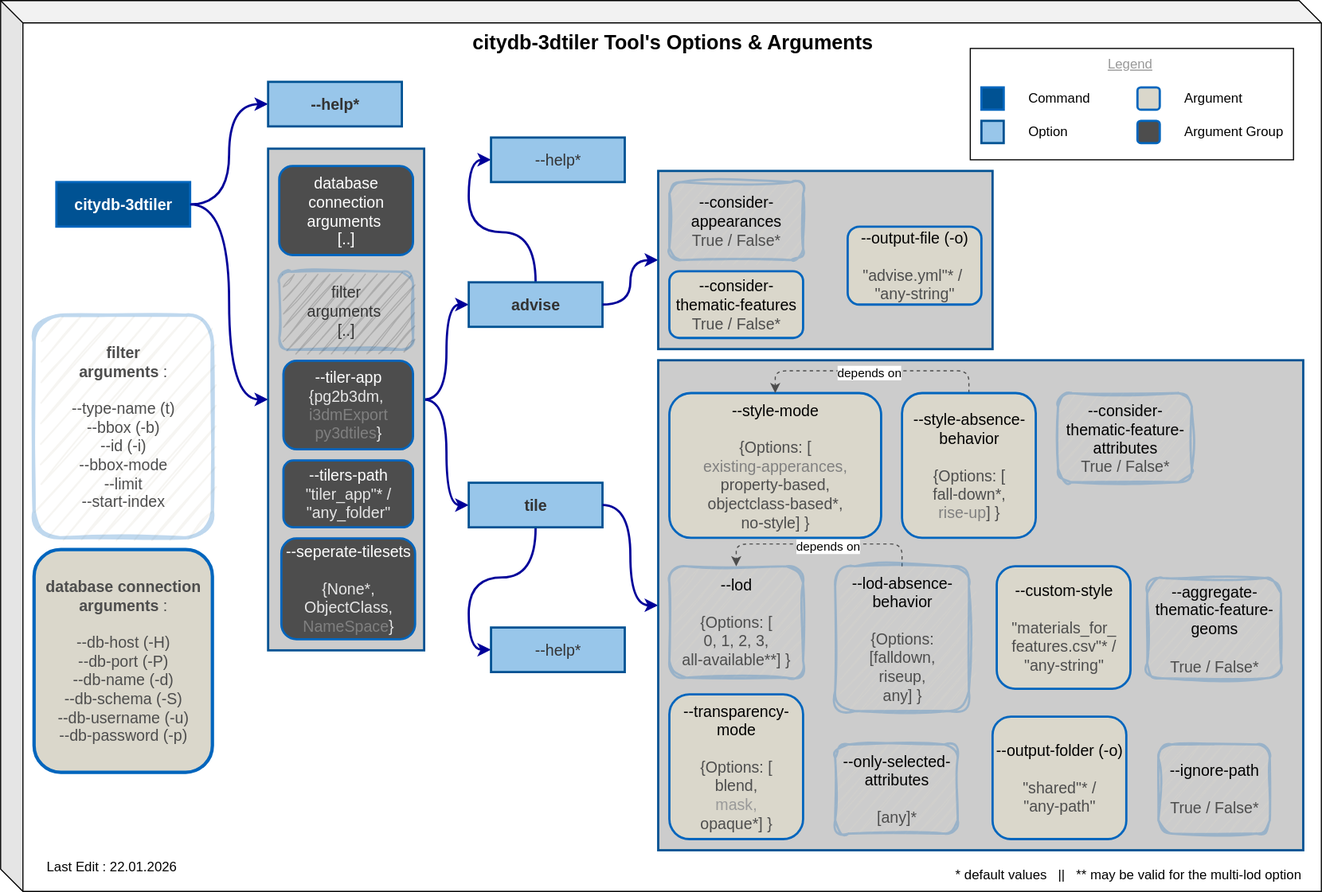
The draw.io diagram docs/images/cli_command_options_and_arguments_design_for_docs.drawio.svg in tum-gis/citydb-3dtiler, before a commit. Source tidied: cells renumbered, new cells last; positions are measured from the earlier drawing's top-left corner, leaving out a move shared by most shapes.
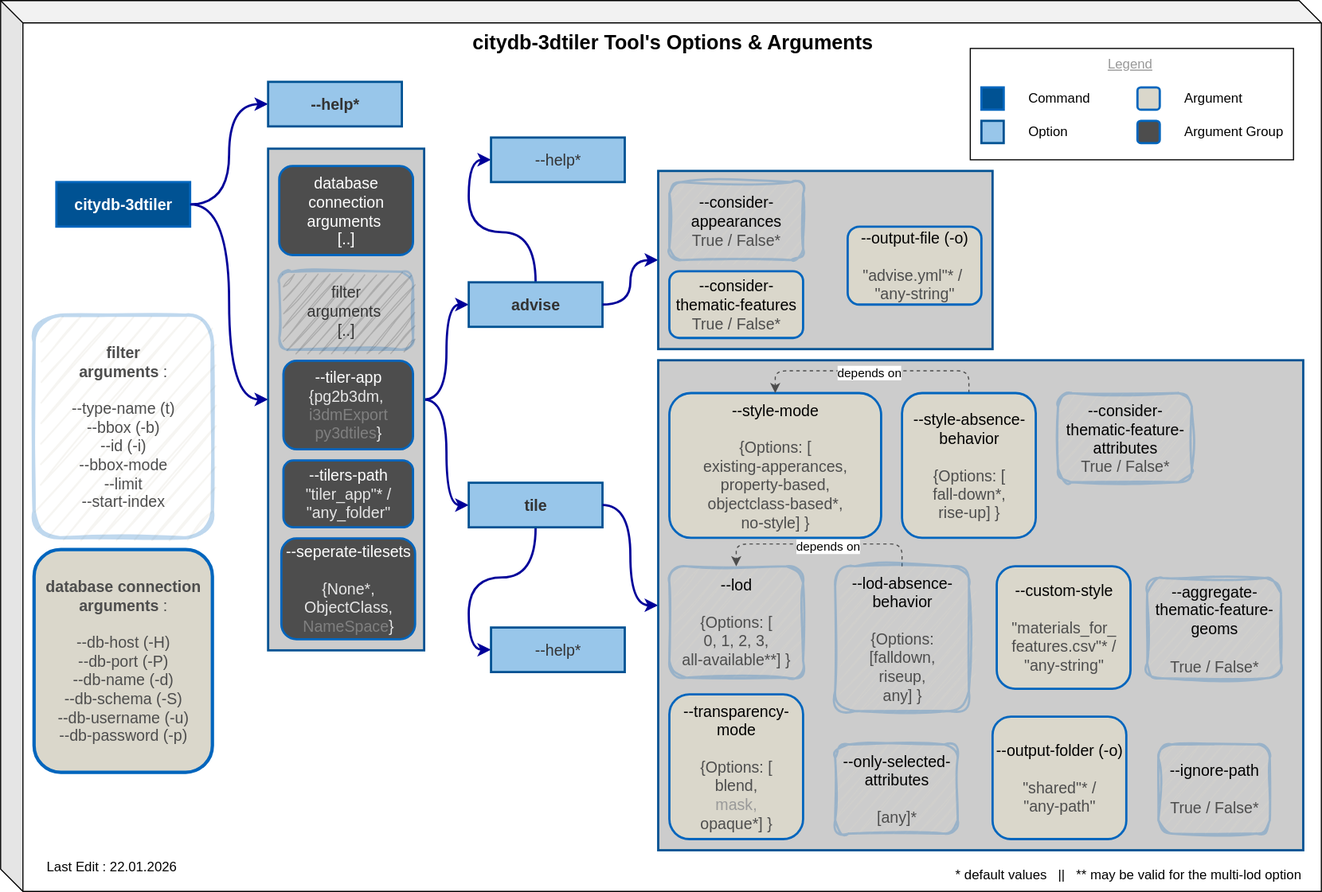
The same file after the commit.

The edit, as a diff of the source:
```diff
@@ -134,7 +134,7 @@
     <mxCell id="45" style="rounded=0;whiteSpace=wrap;html=1;fillColor=#CCCCCC;strokeColor=#005293;strokeWidth=2;" parent="44" vertex="1">
       <mxGeometry width="578.8" height="440" as="geometry" />
     </mxCell>
-    <mxCell id="46" value="&lt;font style=&quot;font-size: 14px;&quot;&gt;--style-mode&lt;/font&gt;&lt;div&gt;&lt;span style=&quot;font-size: 14px;&quot;&gt;&lt;br&gt;&lt;/span&gt;&lt;div&gt;&lt;span style=&quot;font-size: 14px;&quot;&gt;&lt;font style=&quot;color: rgb(77, 77, 77);&quot;&gt;{Options: [&lt;/font&gt;&lt;/span&gt;&lt;/div&gt;&lt;div&gt;&lt;span style=&quot;font-size: 14px;&quot;&gt;&lt;font style=&quot;color: rgb(128, 128, 128);&quot;&gt;existing-apperances,&lt;/font&gt;&lt;/span&gt;&lt;/div&gt;&lt;div&gt;&lt;span style=&quot;font-size: 14px; background-color: transparent;&quot;&gt;&lt;font style=&quot;color: rgb(77, 77, 77);&quot;&gt;property-based,&lt;/font&gt;&lt;/span&gt;&lt;/div&gt;&lt;div&gt;&lt;span style=&quot;font-size: 14px; background-color: transparent;&quot;&gt;&lt;font style=&quot;color: rgb(77, 77, 77);&quot;&gt;objectclass-based*,&lt;/font&gt;&lt;/span&gt;&lt;/div&gt;&lt;div&gt;&lt;span style=&quot;font-size: 14px; background-color: transparent;&quot;&gt;&lt;font style=&quot;color: rgb(77, 77, 77);&quot;&gt;no-style] }&lt;/font&gt;&lt;/span&gt;&lt;/div&gt;&lt;/div&gt;" style="rounded=1;whiteSpace=wrap;html=1;fillColor=#DAD7CB;strokeColor=#0065BD;strokeWidth=2;" parent="44" vertex="1">
+    <mxCell id="46" value="&lt;font style=&quot;font-size: 14px;&quot;&gt;--style-mode&lt;/font&gt;&lt;div&gt;&lt;span style=&quot;font-size: 14px;&quot;&gt;&lt;br&gt;&lt;/span&gt;&lt;div&gt;&lt;span style=&quot;font-size: 14px;&quot;&gt;&lt;font style=&quot;color: rgb(77, 77, 77);&quot;&gt;{Options: [&lt;/font&gt;&lt;/span&gt;&lt;/div&gt;&lt;div&gt;&lt;span style=&quot;font-size: 14px;&quot;&gt;&lt;font style=&quot;color: rgb(77, 77, 77);&quot;&gt;existing-apperances,&lt;/font&gt;&lt;/span&gt;&lt;/div&gt;&lt;div&gt;&lt;span style=&quot;font-size: 14px; background-color: transparent;&quot;&gt;&lt;font style=&quot;color: rgb(77, 77, 77);&quot;&gt;property-based,&lt;/font&gt;&lt;/span&gt;&lt;/div&gt;&lt;div&gt;&lt;span style=&quot;font-size: 14px; background-color: transparent;&quot;&gt;&lt;font style=&quot;color: rgb(77, 77, 77);&quot;&gt;objectclass-based*,&lt;/font&gt;&lt;/span&gt;&lt;/div&gt;&lt;div&gt;&lt;span style=&quot;font-size: 14px; background-color: transparent;&quot;&gt;&lt;font style=&quot;color: rgb(77, 77, 77);&quot;&gt;no-style] }&lt;/font&gt;&lt;/span&gt;&lt;/div&gt;&lt;/div&gt;" style="rounded=1;whiteSpace=wrap;html=1;fillColor=#DAD7CB;strokeColor=#0065BD;strokeWidth=2;" parent="44" vertex="1">
       <mxGeometry x="10" y="29.5" width="190" height="130" as="geometry" />
     </mxCell>
     <mxCell id="47" style="edgeStyle=orthogonalEdgeStyle;rounded=1;jettySize=auto;html=1;entryX=0.5;entryY=0;entryDx=0;entryDy=0;curved=0;exitX=0.5;exitY=0;exitDx=0;exitDy=0;strokeColor=#4D4D4D;dashed=1;" parent="44" edge="1" source="49" target="46">
@@ -143,7 +143,7 @@
     <mxCell id="48" value="depends on" style="edgeLabel;html=1;align=center;verticalAlign=middle;" parent="47" vertex="1">
       <mxGeometry x="0.03" y="1" relative="1" as="geometry" />
     </mxCell>
-    <mxCell id="49" value="&lt;font style=&quot;font-size: 14px; color: rgb(0, 0, 0);&quot;&gt;--style-absence-behavior&lt;/font&gt;&lt;div&gt;&lt;span style=&quot;font-size: 14px;&quot;&gt;&lt;br&gt;&lt;/span&gt;&lt;div&gt;&lt;font style=&quot;font-size: 14px; color: rgb(77, 77, 77);&quot;&gt;{Options: [&lt;/font&gt;&lt;/div&gt;&lt;div&gt;&lt;font style=&quot;font-size: 14px; color: rgb(77, 77, 77);&quot;&gt;fall-down*,&lt;/font&gt;&lt;/div&gt;&lt;div&gt;&lt;font style=&quot;font-size: 14px; color: rgb(128, 128, 128);&quot;&gt;rise-up&lt;/font&gt;&lt;font style=&quot;font-size: 14px; color: rgb(77, 77, 77);&quot;&gt;] }&lt;/font&gt;&lt;/div&gt;&lt;/div&gt;" style="rounded=1;whiteSpace=wrap;html=1;fillColor=#DAD7CB;strokeColor=#0065BD;strokeWidth=2;" parent="44" vertex="1">
+    <mxCell id="49" value="&lt;font style=&quot;font-size: 14px; color: rgb(0, 0, 0);&quot;&gt;--style-absence-behavior&lt;/font&gt;&lt;div&gt;&lt;span style=&quot;font-size: 14px;&quot;&gt;&lt;br&gt;&lt;/span&gt;&lt;div&gt;&lt;font style=&quot;font-size: 14px; color: rgb(77, 77, 77);&quot;&gt;{Options: [&lt;/font&gt;&lt;/div&gt;&lt;div&gt;&lt;font style=&quot;font-size: 14px; color: rgb(77, 77, 77);&quot;&gt;fall-down*,&lt;/font&gt;&lt;/div&gt;&lt;div&gt;&lt;font style=&quot;font-size: 14px; color: rgb(77, 77, 77);&quot;&gt;rise-up&lt;/font&gt;&lt;font style=&quot;font-size: 14px; color: rgb(77, 77, 77);&quot;&gt;] }&lt;/font&gt;&lt;/div&gt;&lt;/div&gt;" style="rounded=1;whiteSpace=wrap;html=1;fillColor=#DAD7CB;strokeColor=#0065BD;strokeWidth=2;" parent="44" vertex="1">
       <mxGeometry x="218.8" y="29.5" width="120" height="130" as="geometry" />
     </mxCell>
     <mxCell id="50" value="&lt;font style=&quot;font-size: 14px;&quot;&gt;--lod&lt;/font&gt;&lt;div&gt;&lt;font style=&quot;font-size: 14px;&quot;&gt;&lt;br&gt;&lt;/font&gt;&lt;/div&gt;&lt;div&gt;&lt;font style=&quot;font-size: 14px; color: rgb(77, 77, 77);&quot;&gt;{Options: [&lt;/font&gt;&lt;/div&gt;&lt;div&gt;&lt;span style=&quot;background-color: transparent; font-size: 14px;&quot;&gt;&lt;font style=&quot;color: rgb(77, 77, 77);&quot;&gt;0, 1, 2, 3,&lt;/font&gt;&lt;/span&gt;&lt;/div&gt;&lt;div&gt;&lt;span style=&quot;background-color: transparent; font-size: 14px;&quot;&gt;&lt;font style=&quot;color: rgb(77, 77, 77);&quot;&gt;all-available**] }&lt;/font&gt;&lt;/span&gt;&lt;/div&gt;" style="rounded=1;whiteSpace=wrap;html=1;fillColor=#DAD7CB;strokeColor=#0065BD;strokeWidth=2;sketch=1;curveFitting=1;jiggle=2;opacity=25;" parent="44" vertex="1">
```
